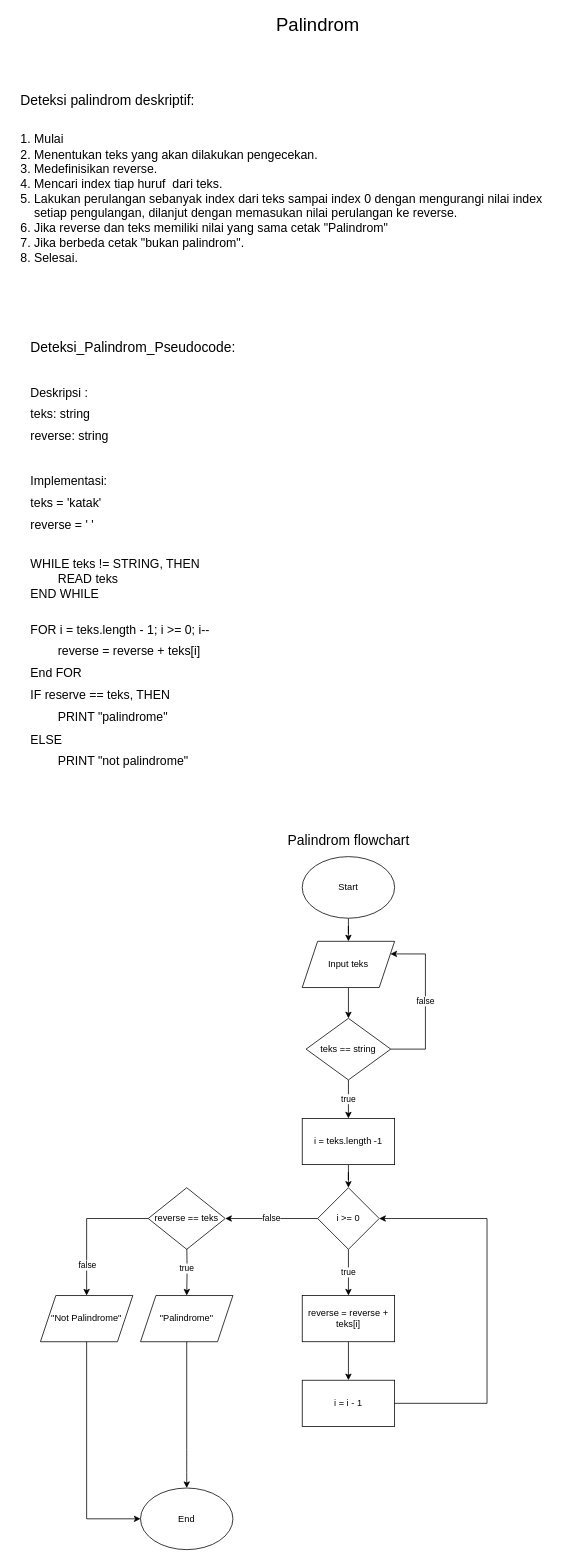
rintosaputro/fw5-algoritma keeps this draw.io diagram as Palindrom.drawio. Above is the earlier version. Source tidied: cells renumbered, new cells numbered last; positions are measured from the earlier drawing's top-left corner, leaving out a move shared by most shapes. Both pictures are drawn from the tidied source at 77%, with x=0, y=0 at pixel (13, 13).
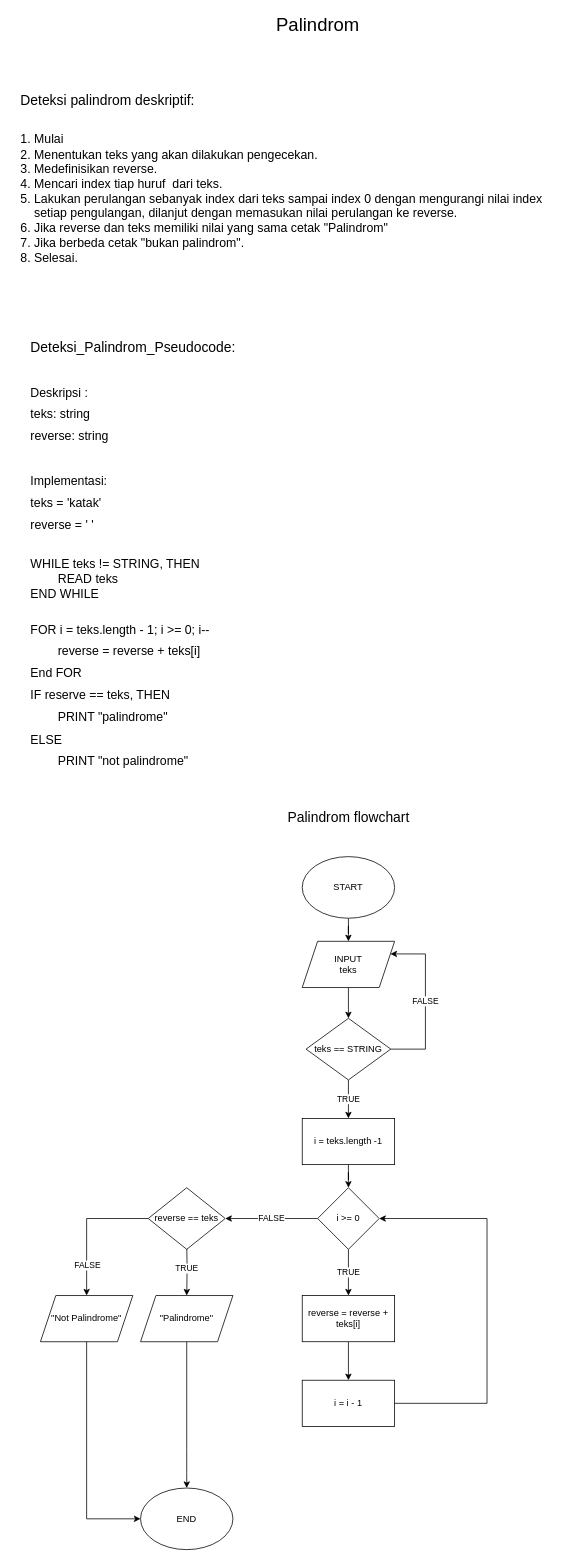
Above is the later version.

Unchanged cells that the change refers to:
```xml
<mxCell id="7" value="i = teks.length -1" style="rounded=0;whiteSpace=wrap;html=1;" parent="1" vertex="1">
  <mxGeometry x="375" y="1435" width="120" height="60" as="geometry" />
</mxCell>
<mxCell id="10" value="i &amp;gt;= 0" style="rhombus;whiteSpace=wrap;html=1;" parent="1" vertex="1">
  <mxGeometry x="395" y="1525" width="80" height="80" as="geometry" />
</mxCell>
<mxCell id="12" value="reverse = reverse + teks[i]" style="rounded=0;whiteSpace=wrap;html=1;" parent="1" vertex="1">
  <mxGeometry x="375" y="1665" width="120" height="60" as="geometry" />
</mxCell>
<mxCell id="16" value="&quot;Palindrome&quot;" style="shape=parallelogram;perimeter=parallelogramPerimeter;whiteSpace=wrap;html=1;fixedSize=1;" parent="1" vertex="1">
  <mxGeometry x="165" y="1665" width="120" height="60" as="geometry" />
</mxCell>
<mxCell id="18" style="endArrow=classic;html=1;rounded=0;exitX=0;exitY=0.5;exitDx=0;exitDy=0;" parent="1" edge="1" source="24" target="17">
  <mxGeometry relative="1" as="geometry">
    <Array as="points">
      <mxPoint x="95" y="1565" />
    </Array>
  </mxGeometry>
</mxCell>
<mxCell id="24" value="reverse == teks" style="rhombus;whiteSpace=wrap;html=1;" parent="1" vertex="1">
  <mxGeometry x="175" y="1525" width="100" height="80" as="geometry" />
</mxCell>
```

Change to the diagram source:
```diff
@@
-    <mxCell id="3" value="Start" style="ellipse;whiteSpace=wrap;html=1;" parent="1" vertex="1">
+    <mxCell id="3" value="START" style="ellipse;whiteSpace=wrap;html=1;" parent="1" vertex="1">
       <mxGeometry x="375" y="1095" width="120" height="80" as="geometry" />
     </mxCell>
@@
-    <mxCell id="5" value="Input teks" style="shape=parallelogram;perimeter=parallelogramPerimeter;whiteSpace=wrap;html=1;fixedSize=1;" parent="1" vertex="1">
+    <mxCell id="5" value="INPUT&lt;br&gt;teks" style="shape=parallelogram;perimeter=parallelogramPerimeter;whiteSpace=wrap;html=1;fixedSize=1;" parent="1" vertex="1">
       <mxGeometry x="375" y="1205" width="120" height="60" as="geometry" />
     </mxCell>
@@
-    <mxCell id="8" value="true" style="edgeStyle=orthogonalEdgeStyle;rounded=0;jettySize=auto;html=1;" parent="1" edge="1" source="10" target="12">
+    <mxCell id="8" value="TRUE" style="edgeStyle=orthogonalEdgeStyle;rounded=0;jettySize=auto;html=1;" parent="1" edge="1" source="10" target="12">
       <mxGeometry relative="1" as="geometry" />
     </mxCell>
-    <mxCell id="9" value="false" style="edgeStyle=orthogonalEdgeStyle;rounded=0;jettySize=auto;html=1;entryX=1;entryY=0.5;entryDx=0;entryDy=0;" parent="1" edge="1" source="10" target="24">
+    <mxCell id="9" value="FALSE" style="edgeStyle=orthogonalEdgeStyle;rounded=0;jettySize=auto;html=1;entryX=1;entryY=0.5;entryDx=0;entryDy=0;" parent="1" edge="1" source="10" target="24">
       <mxGeometry relative="1" as="geometry" />
     </mxCell>
@@
-    <mxCell id="15" value="true" style="edgeStyle=orthogonalEdgeStyle;rounded=0;jettySize=auto;html=1;" parent="1" edge="1" target="16">
+    <mxCell id="15" value="TRUE" style="edgeStyle=orthogonalEdgeStyle;rounded=0;jettySize=auto;html=1;" parent="1" edge="1" target="16">
       <mxGeometry relative="1" as="geometry">
         <mxPoint x="225" y="1595" as="sourcePoint" />
       </mxGeometry>
     </mxCell>
@@
-    <mxCell id="19" value="false" style="edgeLabel;html=1;align=center;verticalAlign=middle;" parent="18" vertex="1">
+    <mxCell id="19" value="FALSE" style="edgeLabel;html=1;align=center;verticalAlign=middle;" parent="18" vertex="1">
       <mxGeometry x="0.25" y="3" relative="1" as="geometry">
         <mxPoint x="-3" y="27" as="offset" />
       </mxGeometry>
     </mxCell>
-    <mxCell id="20" value="End" style="ellipse;whiteSpace=wrap;html=1;" parent="1" vertex="1">
+    <mxCell id="20" value="END" style="ellipse;whiteSpace=wrap;html=1;" parent="1" vertex="1">
       <mxGeometry x="165" y="1915" width="120" height="80" as="geometry" />
     </mxCell>
@@
     <mxCell id="26" value="&lt;font style=&quot;font-size: 18px&quot;&gt;Palindrom flowchart&lt;/font&gt;" style="text;html=1;align=center;verticalAlign=middle;strokeColor=none;fillColor=none;" parent="1" vertex="1">
-      <mxGeometry x="350" y="1065" width="170" height="20" as="geometry" />
+      <mxGeometry x="350" y="1035" width="170" height="20" as="geometry" />
     </mxCell>
@@
-    <mxCell id="28" value="true" style="edgeStyle=orthogonalEdgeStyle;rounded=0;jettySize=auto;html=1;" parent="1" edge="1" source="30" target="7">
+    <mxCell id="28" value="TRUE" style="edgeStyle=orthogonalEdgeStyle;rounded=0;jettySize=auto;html=1;" parent="1" edge="1" source="30" target="7">
       <mxGeometry relative="1" as="geometry" />
     </mxCell>
-    <mxCell id="29" value="false" style="edgeStyle=orthogonalEdgeStyle;rounded=0;jettySize=auto;html=1;entryX=1;entryY=0.25;entryDx=0;entryDy=0;exitX=1;exitY=0.5;exitDx=0;exitDy=0;" parent="1" edge="1" source="30" target="5">
+    <mxCell id="29" value="FALSE" style="edgeStyle=orthogonalEdgeStyle;rounded=0;jettySize=auto;html=1;entryX=1;entryY=0.25;entryDx=0;entryDy=0;exitX=1;exitY=0.5;exitDx=0;exitDy=0;" parent="1" edge="1" source="30" target="5">
       <mxGeometry relative="1" as="geometry">
         <Array as="points">
           <mxPoint x="535" y="1345" />
           <mxPoint x="535" y="1221" />
         </Array>
       </mxGeometry>
     </mxCell>
-    <mxCell id="30" value="teks == string" style="rhombus;whiteSpace=wrap;html=1;" parent="1" vertex="1">
+    <mxCell id="30" value="teks == STRING" style="rhombus;whiteSpace=wrap;html=1;" parent="1" vertex="1">
       <mxGeometry x="380" y="1305" width="110" height="80" as="geometry" />
     </mxCell>
```
